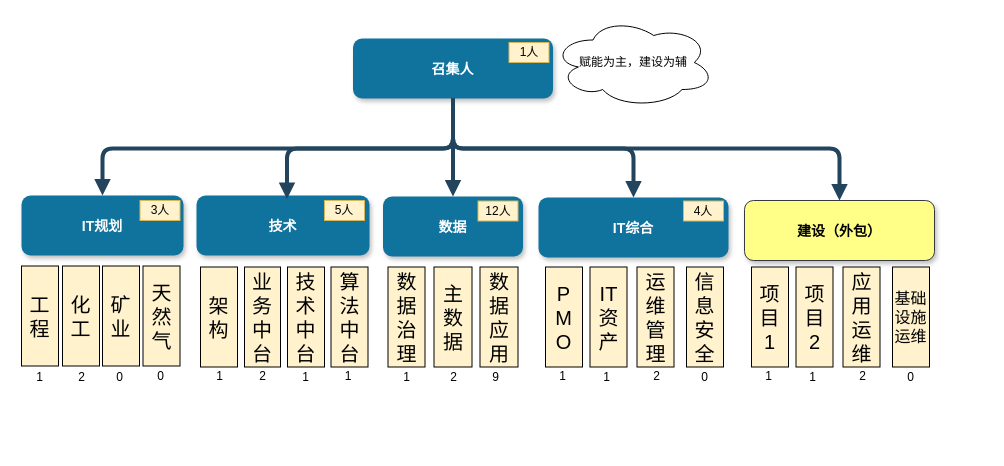
Earlier version of the draw.io diagram page "第 21 页" (21 of 21) of MQ服务.drawio (chinadragonsjz/project). Source tidied: cells renumbered, new cells numbered last; positions are measured from the earlier drawing's top-left corner, leaving out a move shared by most shapes. Both pictures are drawn from the tidied source at 100%, with x=0, y=0 at pixel (20, 17).
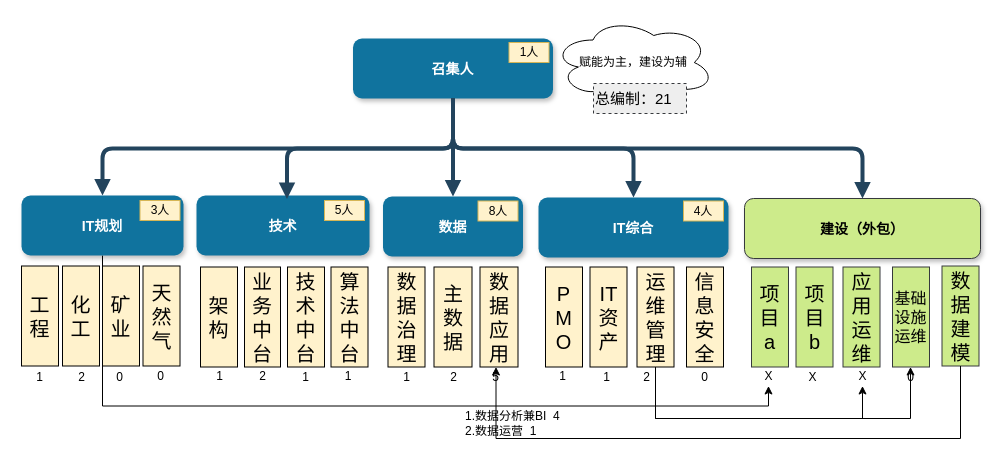
After the change.

The change refers to these unchanged cells:
```xml
<mxCell id="3" value="IT规划" style="rounded=1;fillColor=#10739E;strokeColor=none;shadow=1;gradientColor=none;fontStyle=1;fontColor=#FFFFFF;fontSize=14;" parent="1" vertex="1">
  <mxGeometry x="1" y="178" width="162" height="60" as="geometry" />
</mxCell>
<mxCell id="19" value="运维管理" style="rounded=0;whiteSpace=wrap;html=1;strokeWidth=1;fillColor=#FFF2CC;fontSize=20;align=center;" parent="1" vertex="1">
  <mxGeometry x="616.5" y="249.5" width="37" height="100" as="geometry" />
</mxCell>
<mxCell id="55" value="0" style="text;html=1;strokeColor=none;fillColor=none;align=center;verticalAlign=middle;whiteSpace=wrap;rounded=0;" parent="1" vertex="1">
  <mxGeometry x="870.5" y="349.5" width="39" height="20" as="geometry" />
</mxCell>
```

What changed in the source:
```diff
@@
+    <mxCell id="57" style="edgeStyle=orthogonalEdgeStyle;rounded=0;jettySize=auto;html=1;exitX=0.5;exitY=1;exitDx=0;exitDy=0;entryX=0.5;entryY=1;entryDx=0;entryDy=0;endArrow=classic;endFill=1;fontSize=15;fontColor=#FFFFFF;" parent="1" edge="1" source="3" target="52">
+      <mxGeometry relative="1" as="geometry" />
+    </mxCell>
@@
+    <mxCell id="58" style="edgeStyle=orthogonalEdgeStyle;rounded=0;jettySize=auto;html=1;entryX=0.5;entryY=1;entryDx=0;entryDy=0;endArrow=classic;endFill=1;fontSize=15;fontColor=#FFFFFF;exitX=0.5;exitY=1;exitDx=0;exitDy=0;" parent="1" edge="1" source="19" target="54">
+      <mxGeometry relative="1" as="geometry">
+        <Array as="points">
+          <mxPoint x="635" y="401" />
+          <mxPoint x="842" y="401" />
+        </Array>
+      </mxGeometry>
+    </mxCell>
@@
-    <mxCell id="36" value="9" style="text;html=1;strokeColor=none;fillColor=none;align=center;verticalAlign=middle;whiteSpace=wrap;rounded=0;" parent="1" vertex="1">
+    <mxCell id="36" value="5" style="text;html=1;strokeColor=none;fillColor=none;align=center;verticalAlign=middle;whiteSpace=wrap;rounded=0;" parent="1" vertex="1">
       <mxGeometry x="456" y="349.5" width="39" height="20" as="geometry" />
     </mxCell>
@@
     <mxCell id="39" value="2" style="text;html=1;strokeColor=none;fillColor=none;align=center;verticalAlign=middle;whiteSpace=wrap;rounded=0;" parent="1" vertex="1">
-      <mxGeometry x="616.5" y="348.5" width="39" height="20" as="geometry" />
+      <mxGeometry x="606.5" y="349.5" width="39" height="20" as="geometry" />
     </mxCell>
@@
-    <mxCell id="45" value="12人" style="text;html=1;strokeColor=#d6b656;fillColor=#fff2cc;align=center;verticalAlign=middle;whiteSpace=wrap;rounded=0;" parent="1" vertex="1">
+    <mxCell id="45" value="8人" style="text;html=1;strokeColor=#d6b656;fillColor=#fff2cc;align=center;verticalAlign=middle;whiteSpace=wrap;rounded=0;" parent="1" vertex="1">
       <mxGeometry x="457.5" y="183.5" width="40" height="20" as="geometry" />
     </mxCell>
-    <mxCell id="46" value="建设（外包）" style="rounded=1;fillColor=#ffff88;strokeColor=#36393d;shadow=1;fontStyle=1;fontSize=14;" parent="1" vertex="1">
-      <mxGeometry x="724" y="183" width="190" height="60" as="geometry" />
+    <mxCell id="46" value="建设（外包）" style="rounded=1;fillColor=#cdeb8b;strokeColor=#36393d;shadow=1;fontStyle=1;fontSize=14;" parent="1" vertex="1">
+      <mxGeometry x="724" y="181" width="236" height="60" as="geometry" />
     </mxCell>
@@
-    <mxCell id="48" value="应用运维" style="rounded=0;whiteSpace=wrap;html=1;strokeWidth=1;fillColor=#FFF2CC;fontSize=20;align=center;" parent="1" vertex="1">
+    <mxCell id="48" value="应用运维" style="rounded=0;whiteSpace=wrap;html=1;strokeWidth=1;fillColor=#cdeb8b;fontSize=20;align=center;strokeColor=#36393d;" parent="1" vertex="1">
       <mxGeometry x="822.5" y="249.5" width="37" height="100" as="geometry" />
     </mxCell>
-    <mxCell id="49" value="项目&lt;br&gt;1" style="rounded=0;whiteSpace=wrap;html=1;strokeWidth=1;fillColor=#FFF2CC;fontSize=20;align=center;" parent="1" vertex="1">
+    <mxCell id="49" value="项目&lt;br&gt;a" style="rounded=0;whiteSpace=wrap;html=1;strokeWidth=1;fillColor=#cdeb8b;fontSize=20;align=center;strokeColor=#36393d;" parent="1" vertex="1">
       <mxGeometry x="731" y="249.5" width="37" height="100" as="geometry" />
     </mxCell>
-    <mxCell id="50" value="项目&lt;br&gt;2" style="rounded=0;whiteSpace=wrap;html=1;strokeWidth=1;fillColor=#FFF2CC;fontSize=20;align=center;" parent="1" vertex="1">
+    <mxCell id="50" value="项目&lt;br&gt;b" style="rounded=0;whiteSpace=wrap;html=1;strokeWidth=1;fillColor=#cdeb8b;fontSize=20;align=center;strokeColor=#36393d;" parent="1" vertex="1">
       <mxGeometry x="775.5" y="249.5" width="37" height="100" as="geometry" />
     </mxCell>
-    <mxCell id="51" value="基础设施运维" style="rounded=0;whiteSpace=wrap;html=1;strokeWidth=1;fillColor=#FFF2CC;fontSize=16;align=center;" parent="1" vertex="1">
+    <mxCell id="51" value="基础设施运维" style="rounded=0;whiteSpace=wrap;html=1;strokeWidth=1;fillColor=#cdeb8b;fontSize=16;align=center;strokeColor=#36393d;" parent="1" vertex="1">
       <mxGeometry x="872" y="249.5" width="37" height="100" as="geometry" />
     </mxCell>
-    <mxCell id="52" value="1" style="text;html=1;strokeColor=none;fillColor=none;align=center;verticalAlign=middle;whiteSpace=wrap;rounded=0;" parent="1" vertex="1">
+    <mxCell id="52" value="X" style="text;html=1;strokeColor=none;fillColor=none;align=center;verticalAlign=middle;whiteSpace=wrap;rounded=0;" parent="1" vertex="1">
       <mxGeometry x="728.5" y="348.5" width="39" height="20" as="geometry" />
     </mxCell>
-    <mxCell id="53" value="1" style="text;html=1;strokeColor=none;fillColor=none;align=center;verticalAlign=middle;whiteSpace=wrap;rounded=0;" parent="1" vertex="1">
+    <mxCell id="53" value="X" style="text;html=1;strokeColor=none;fillColor=none;align=center;verticalAlign=middle;whiteSpace=wrap;rounded=0;" parent="1" vertex="1">
       <mxGeometry x="773" y="349.5" width="39" height="20" as="geometry" />
     </mxCell>
-    <mxCell id="54" value="2" style="text;html=1;strokeColor=none;fillColor=none;align=center;verticalAlign=middle;whiteSpace=wrap;rounded=0;" parent="1" vertex="1">
+    <mxCell id="54" value="X" style="text;html=1;strokeColor=none;fillColor=none;align=center;verticalAlign=middle;whiteSpace=wrap;rounded=0;" parent="1" vertex="1">
       <mxGeometry x="822.5" y="348.5" width="39" height="20" as="geometry" />
     </mxCell>
@@
+    <mxCell id="59" value="总编制：21" style="rounded=0;whiteSpace=wrap;html=1;dashed=1;fillColor=#eeeeee;fontSize=15;align=left;strokeColor=#36393d;" parent="1" vertex="1">
+      <mxGeometry x="573" y="66" width="93" height="30" as="geometry" />
+    </mxCell>
+    <mxCell id="60" value="1.数据分析兼BI&amp;nbsp; 4&lt;br&gt;2.数据运营&amp;nbsp; 1" style="text;html=1;strokeColor=none;fillColor=none;align=left;verticalAlign=middle;whiteSpace=wrap;rounded=0;direction=south;" parent="1" vertex="1">
+      <mxGeometry x="443" y="381" width="107" height="50" as="geometry" />
+    </mxCell>
+    <mxCell id="61" value="数据建模" style="rounded=0;whiteSpace=wrap;html=1;strokeWidth=1;fillColor=#cdeb8b;fontSize=20;align=center;strokeColor=#36393d;" parent="1" vertex="1">
+      <mxGeometry x="921.5" y="248.5" width="37" height="100" as="geometry" />
+    </mxCell>
+    <mxCell id="62" style="edgeStyle=orthogonalEdgeStyle;rounded=0;jettySize=auto;html=1;exitX=0.5;exitY=0;exitDx=0;exitDy=0;entryX=0.5;entryY=1;entryDx=0;entryDy=0;endArrow=none;endFill=0;fontSize=15;fontColor=#FFFFFF;startArrow=classic;startFill=1;" parent="1" edge="1" source="36" target="61">
+      <mxGeometry relative="1" as="geometry">
+        <Array as="points">
+          <mxPoint x="476" y="421" />
+          <mxPoint x="940" y="421" />
+        </Array>
+      </mxGeometry>
+    </mxCell>
+    <mxCell id="63" style="edgeStyle=orthogonalEdgeStyle;rounded=0;jettySize=auto;html=1;exitX=0.5;exitY=1;exitDx=0;exitDy=0;entryX=0.5;entryY=0;entryDx=0;entryDy=0;endArrow=classic;endFill=1;fontSize=15;fontColor=#FFFFFF;" parent="1" edge="1" source="19" target="55">
+      <mxGeometry relative="1" as="geometry">
+        <Array as="points">
+          <mxPoint x="635" y="401" />
+          <mxPoint x="890" y="401" />
+        </Array>
+      </mxGeometry>
+    </mxCell>
```
